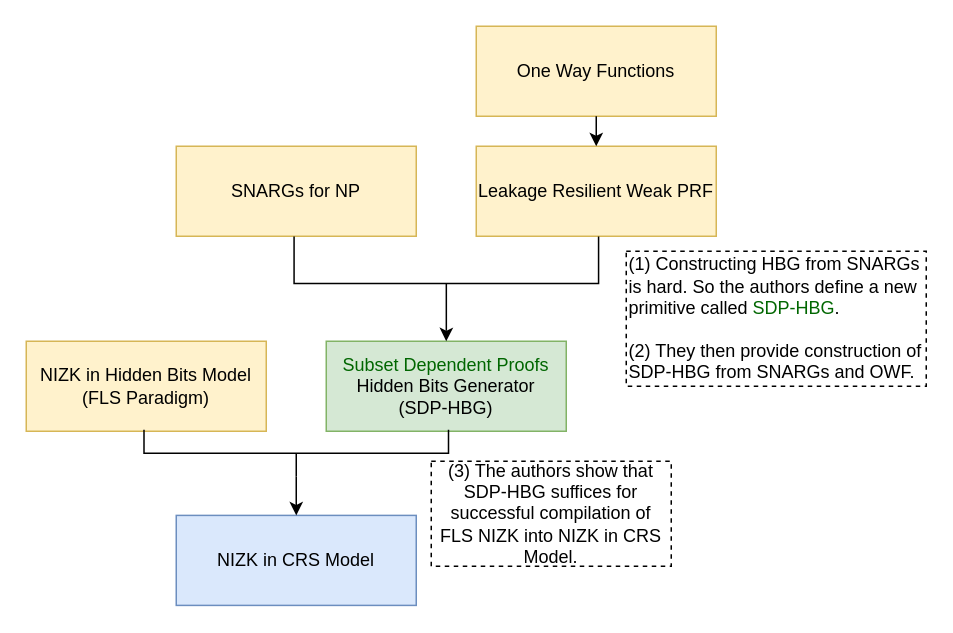
Above: NIZK_SNARG.drawio in ajx42/picaso (draw.io), before the change. Source tidied: cells renumbered, new cells numbered last; positions are measured from the earlier drawing's top-left corner, leaving out a move shared by most shapes. Both pictures are drawn from the tidied source at 150%, with x=0, y=0 at pixel (26, 26).
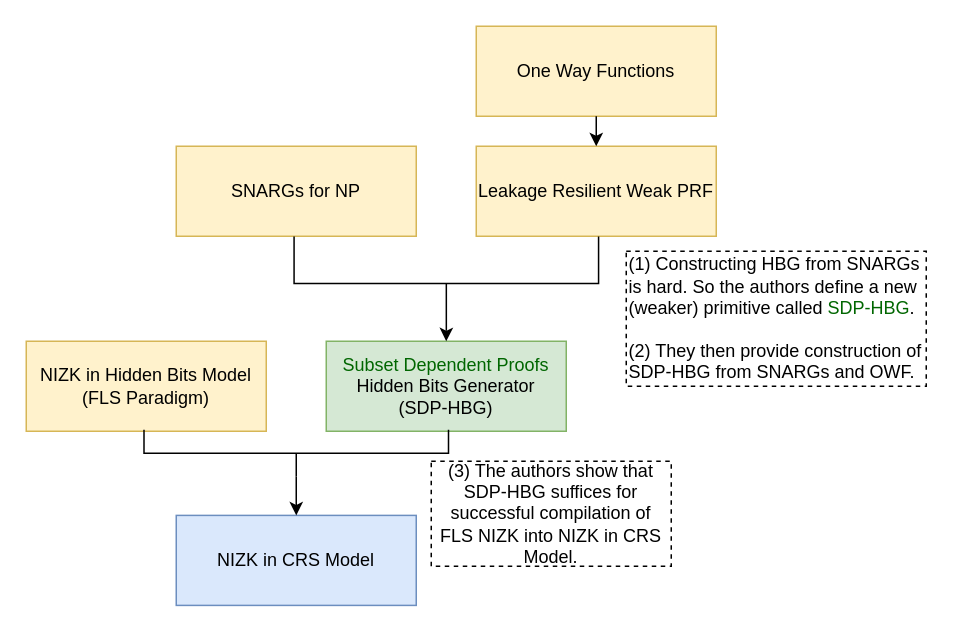
Above is the later version.

What changed in the source:
```diff
@@
 <mxGraphModel>
   <root>
     <mxCell id="0" />
     <mxCell id="1" parent="0" />
     <mxCell id="2" value="SNARGs for NP" style="rounded=0;whiteSpace=wrap;html=1;fillColor=#fff2cc;strokeColor=#d6b656;" parent="1" vertex="1">
       <mxGeometry x="100" y="80" width="160" height="60" as="geometry" />
     </mxCell>
     <mxCell id="3" value="NIZK in Hidden Bits Model (FLS Paradigm)" style="rounded=0;whiteSpace=wrap;html=1;fillColor=#fff2cc;strokeColor=#d6b656;" parent="1" vertex="1">
       <mxGeometry y="210" width="160" height="60" as="geometry" />
     </mxCell>
     <mxCell id="4" value="NIZK in CRS Model" style="rounded=0;whiteSpace=wrap;html=1;fillColor=#dae8fc;strokeColor=#6c8ebf;" parent="1" vertex="1">
       <mxGeometry x="100" y="326.1" width="160" height="60" as="geometry" />
     </mxCell>
     <mxCell id="5" value="&lt;font color=&quot;#006600&quot;&gt;Subset Dependent Proofs&lt;/font&gt; Hidden Bits Generator &lt;br&gt;(SDP-HBG)" style="rounded=0;whiteSpace=wrap;html=1;fillColor=#d5e8d4;strokeColor=#82b366;" parent="1" vertex="1">
       <mxGeometry x="200" y="210" width="160" height="60" as="geometry" />
     </mxCell>
     <mxCell id="6" value="One Way Functions" style="rounded=0;whiteSpace=wrap;html=1;fillColor=#fff2cc;strokeColor=#d6b656;" parent="1" vertex="1">
       <mxGeometry x="300" width="160" height="60" as="geometry" />
     </mxCell>
     <mxCell id="7" value="Leakage Resilient Weak PRF" style="rounded=0;whiteSpace=wrap;html=1;fillColor=#fff2cc;strokeColor=#d6b656;" parent="1" vertex="1">
       <mxGeometry x="300" y="80" width="160" height="60" as="geometry" />
     </mxCell>
     <mxCell id="8" style="endArrow=classic;html=1;rounded=0;exitX=0.5;exitY=1;exitDx=0;exitDy=0;entryX=0.5;entryY=0;entryDx=0;entryDy=0;" parent="1" edge="1" source="6" target="7">
       <mxGeometry relative="1" as="geometry" />
     </mxCell>
     <mxCell id="9" style="edgeStyle=orthogonalEdgeStyle;rounded=0;jettySize=auto;html=1;exitX=0;exitY=0.5;exitDx=0;exitDy=0;exitPerimeter=0;entryX=0.5;entryY=0;entryDx=0;entryDy=0;" parent="1" edge="1" source="10" target="4">
       <mxGeometry relative="1" as="geometry" />
     </mxCell>
     <mxCell id="10" style="strokeWidth=1;html=1;shape=mxgraph.flowchart.annotation_2;align=left;labelPosition=right;rotation=-90;" parent="1" vertex="1">
       <mxGeometry x="164.4" y="183.1" width="31.2" height="203" as="geometry" />
     </mxCell>
     <mxCell id="11" style="edgeStyle=orthogonalEdgeStyle;rounded=0;jettySize=auto;html=1;exitX=0;exitY=0.5;exitDx=0;exitDy=0;exitPerimeter=0;entryX=0.5;entryY=0;entryDx=0;entryDy=0;" parent="1" edge="1" source="12" target="5">
       <mxGeometry relative="1" as="geometry" />
     </mxCell>
     <mxCell id="12" style="strokeWidth=1;html=1;shape=mxgraph.flowchart.annotation_2;align=left;labelPosition=right;rotation=-90;" parent="1" vertex="1">
       <mxGeometry x="248.8" y="70" width="62.5" height="203" as="geometry" />
     </mxCell>
     <mxCell id="13" value="(3) The authors show that SDP-HBG suffices for successful compilation of FLS NIZK into NIZK in CRS Model." style="text;html=1;strokeColor=default;fillColor=none;align=center;verticalAlign=middle;whiteSpace=wrap;rounded=0;dashed=1;" parent="1" vertex="1">
       <mxGeometry x="270" y="290" width="160" height="70" as="geometry" />
     </mxCell>
-    <mxCell id="14" value="(1) Constructing HBG from SNARGs is hard. So the authors define a new primitive called &lt;font color=&quot;#006600&quot;&gt;SDP-HBG&lt;/font&gt;.&lt;br&gt;&lt;br&gt;(2) They then provide construction of SDP-HBG from SNARGs and OWF." style="text;html=1;strokeColor=default;fillColor=none;align=left;verticalAlign=middle;whiteSpace=wrap;rounded=0;dashed=1;" parent="1" vertex="1">
+    <mxCell id="14" value="(1) Constructing HBG from SNARGs is hard. So the authors define a new (weaker) primitive called &lt;font color=&quot;#006600&quot;&gt;SDP-HBG&lt;/font&gt;.&lt;br&gt;&lt;br&gt;(2) They then provide construction of SDP-HBG from SNARGs and OWF." style="text;html=1;strokeColor=default;fillColor=none;align=left;verticalAlign=middle;whiteSpace=wrap;rounded=0;dashed=1;" parent="1" vertex="1">
       <mxGeometry x="400" y="150" width="200" height="90" as="geometry" />
     </mxCell>
   </root>
 </mxGraphModel>
```
